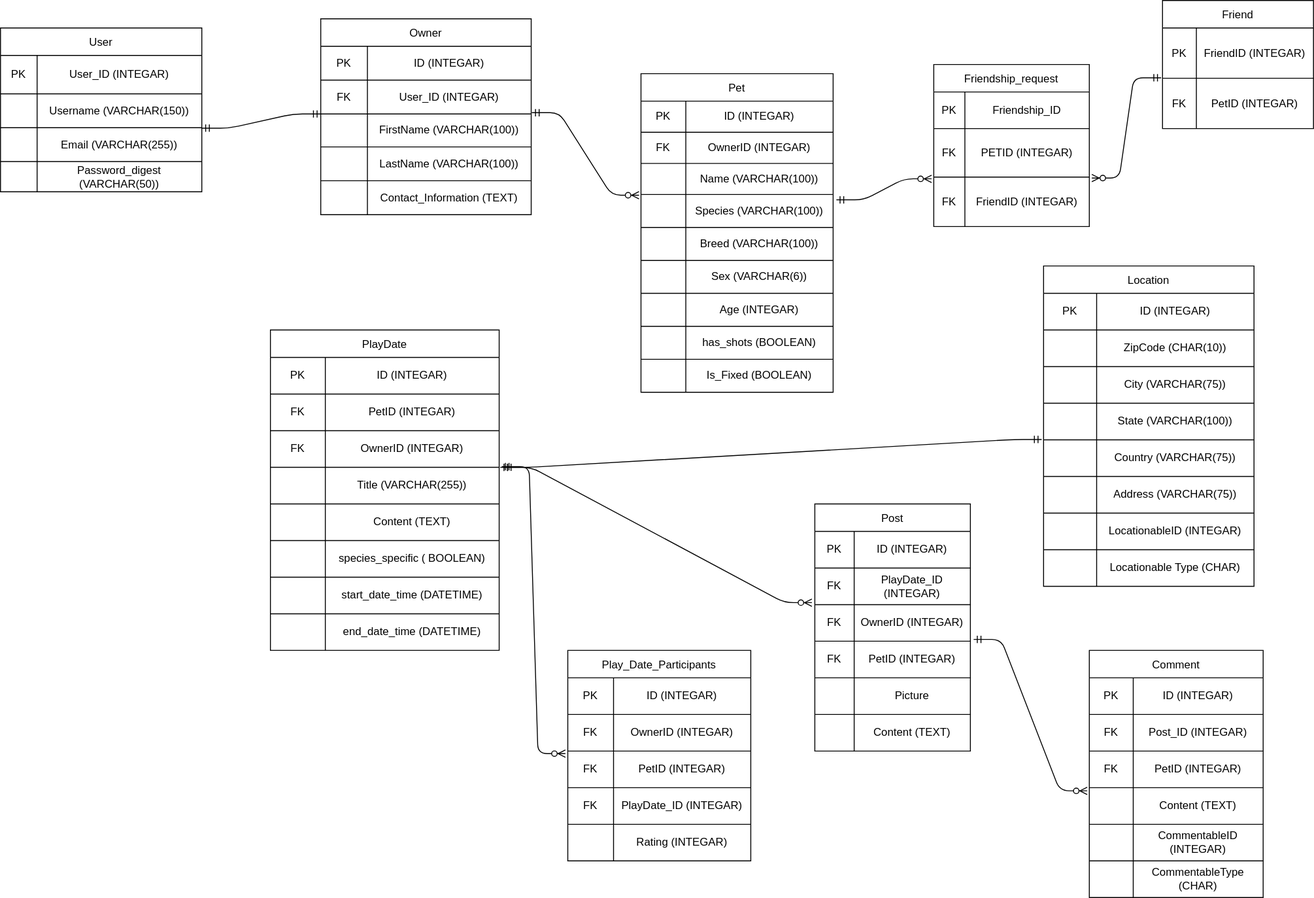
Before: project.drawio.svg, a diagram exported from draw.io (Topaz712/pet_project_erd). Source tidied: cells renumbered, new cells last; positions are measured from the earlier drawing's top-left corner, leaving out a move shared by most shapes.
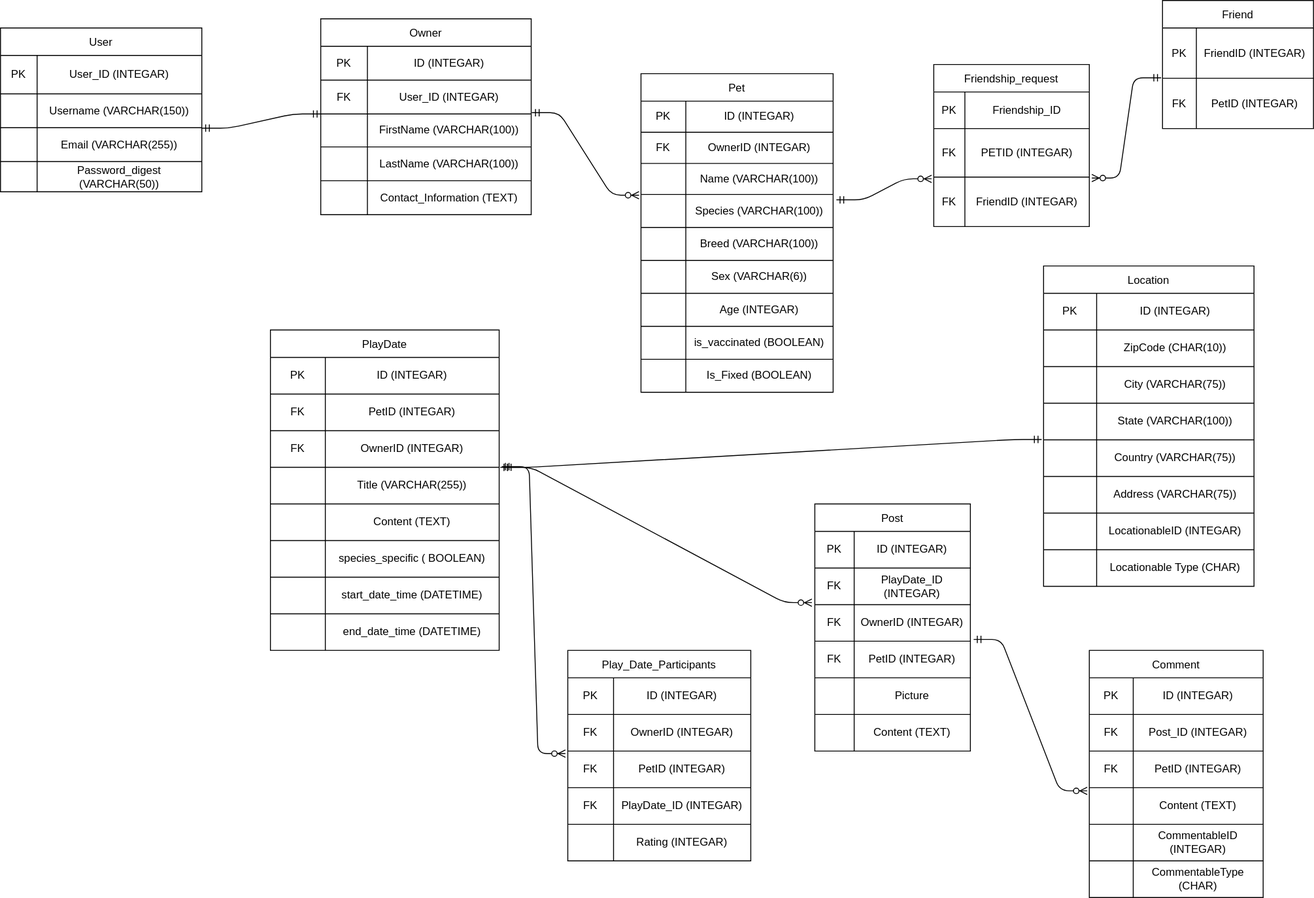
Above is the later version.

Commit message:
Changed attribute name: is_vaccinated/birthday

Diff of the diagram source:
```diff
@@ -122,7 +122,7 @@
     <mxCell id="41" style="shape=partialRectangle;html=1;whiteSpace=wrap;overflow=hidden;fillColor=none;top=0;left=0;bottom=0;right=0;" parent="40" vertex="1">
       <mxGeometry width="49" height="36" as="geometry" />
     </mxCell>
-    <mxCell id="42" value="has_shots (BOOLEAN)" style="shape=partialRectangle;html=1;whiteSpace=wrap;overflow=hidden;fillColor=none;top=0;left=0;bottom=0;right=0;" parent="40" vertex="1">
+    <mxCell id="42" value="is_vaccinated (BOOLEAN)" style="shape=partialRectangle;html=1;whiteSpace=wrap;overflow=hidden;fillColor=none;top=0;left=0;bottom=0;right=0;" parent="40" vertex="1">
       <mxGeometry x="49" width="161" height="36" as="geometry" />
     </mxCell>
     <mxCell id="43" style="shape=tableRow;horizontal=0;startSize=0;swimlaneHead=0;swimlaneBody=0;top=0;left=0;bottom=0;right=0;fillColor=none;" parent="18" vertex="1">
```
